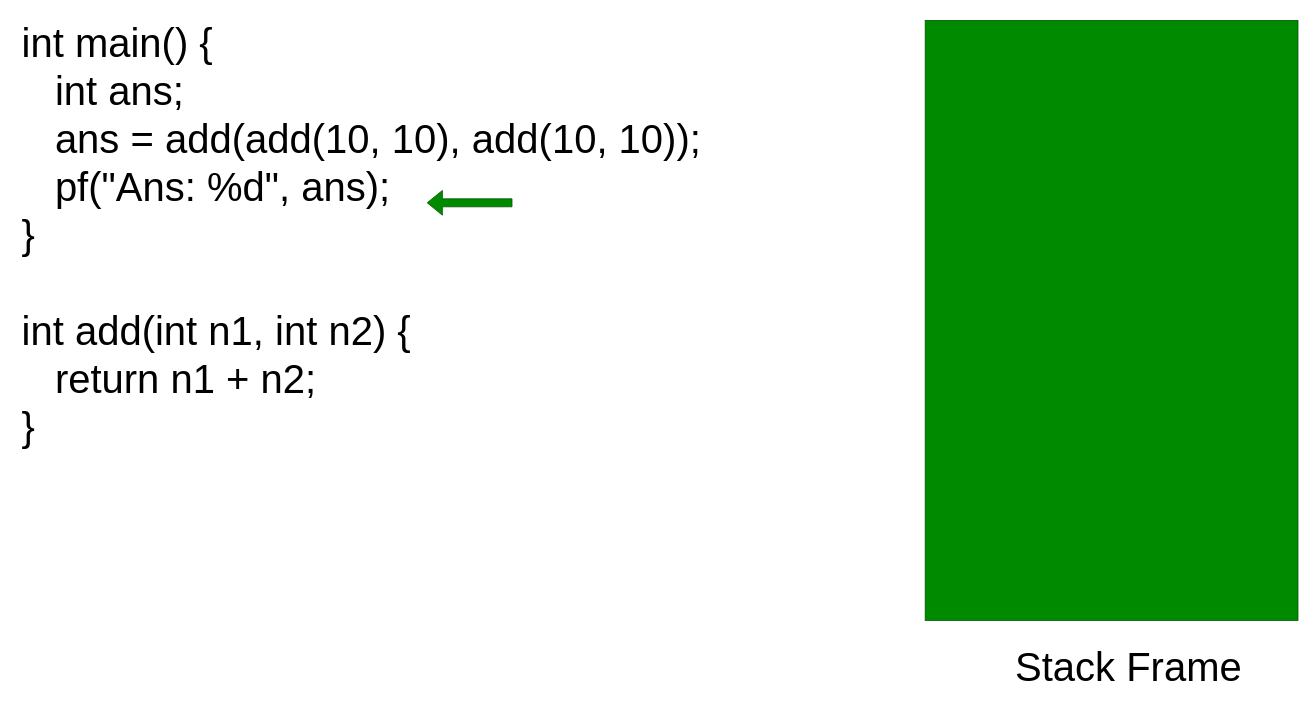
The draw.io diagram .drawio in BALAJI-PRO-001/online-courses, before the edit. Source tidied: cells renumbered, new cells numbered last; positions are measured from the earlier drawing's top-left corner, leaving out a move shared by most shapes. Both pictures are drawn from the tidied source at 80%, with x=0, y=0 at pixel (14, 14).
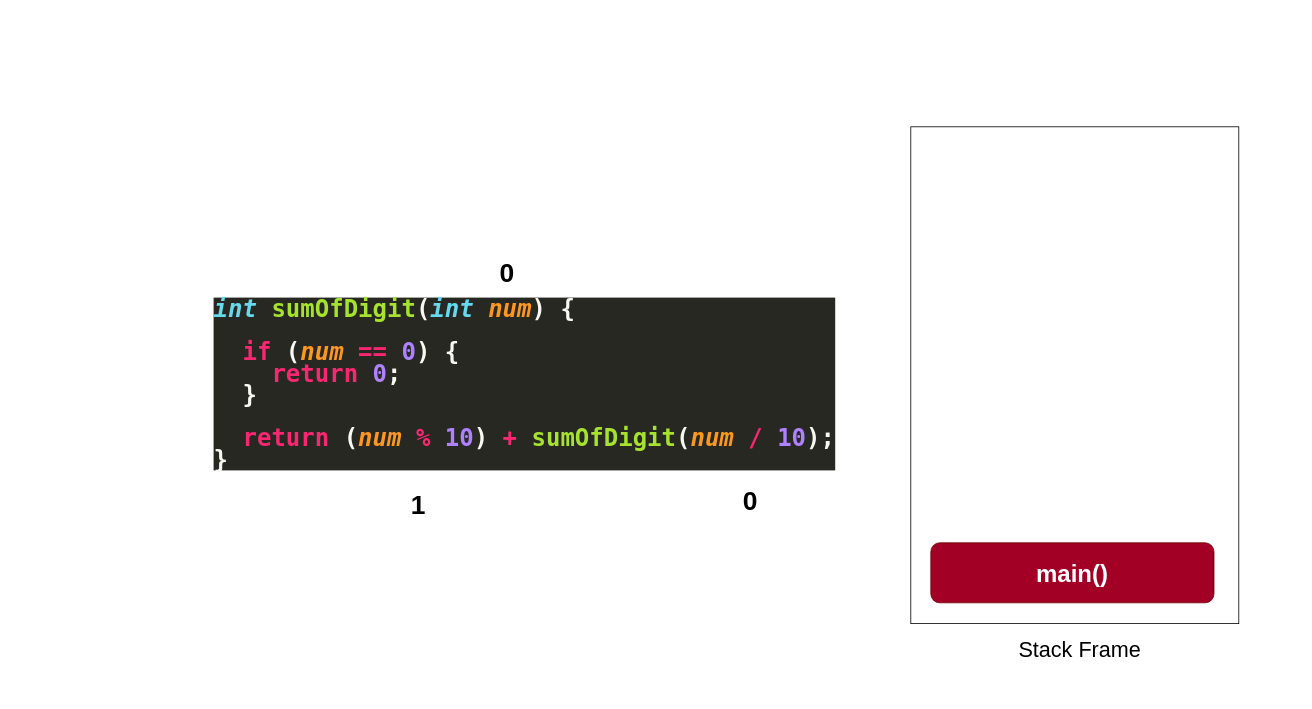
After the change.

What changed in the source:
```diff
@@
 <mxGraphModel>
   <root>
     <mxCell id="0" />
     <mxCell id="1" parent="0" />
-    <mxCell id="2" value="&lt;div style=&quot;text-align: left;&quot;&gt;&lt;span style=&quot;background-color: initial;&quot;&gt;int main() {&lt;/span&gt;&lt;/div&gt;&lt;div style=&quot;text-align: left;&quot;&gt;&lt;span style=&quot;background-color: initial;&quot;&gt;&amp;nbsp; &amp;nbsp;int ans;&lt;/span&gt;&lt;/div&gt;&lt;div style=&quot;text-align: left;&quot;&gt;&lt;span style=&quot;background-color: initial;&quot;&gt;&amp;nbsp; &amp;nbsp;ans = add(add(10, 10), add(10, 10));&lt;/span&gt;&lt;/div&gt;&lt;div style=&quot;text-align: left;&quot;&gt;&amp;nbsp; &amp;nbsp;pf(&quot;Ans: %d&quot;, ans);&lt;/div&gt;&lt;div style=&quot;text-align: left;&quot;&gt;&lt;span style=&quot;background-color: initial;&quot;&gt;}&lt;/span&gt;&lt;/div&gt;&lt;div style=&quot;text-align: left;&quot;&gt;&lt;span style=&quot;background-color: initial;&quot;&gt;&lt;br&gt;&lt;/span&gt;&lt;/div&gt;&lt;div style=&quot;text-align: left;&quot;&gt;int add(int n1, int n2) {&lt;/div&gt;&lt;div style=&quot;text-align: left;&quot;&gt;&amp;nbsp; &amp;nbsp;return n1 + n2;&lt;/div&gt;&lt;div style=&quot;text-align: left;&quot;&gt;}&lt;/div&gt;" style="text;html=1;align=center;verticalAlign=middle;strokeColor=none;fillColor=none;fontSize=50;" parent="1" vertex="1">
-      <mxGeometry width="867" height="552" as="geometry" />
-    </mxCell>
-    <mxCell id="3" style="rounded=0;whiteSpace=wrap;html=1;fontSize=50;fillColor=#008a00;fontColor=#ffffff;strokeColor=#005700;" parent="1" vertex="1">
-      <mxGeometry x="1139" y="8" width="466" height="750" as="geometry" />
-    </mxCell>
+    <mxCell id="6" style="rounded=0;whiteSpace=wrap;html=1;fontSize=25;" parent="1" vertex="1">
+      <mxGeometry x="1121" y="141" width="410" height="621" as="geometry" />
+    </mxCell>
-    <mxCell id="4" value="Stack Frame" style="text;html=1;align=center;verticalAlign=middle;strokeColor=none;fillColor=none;fontSize=50;" parent="1" vertex="1">
-      <mxGeometry x="1242" y="780" width="301" height="72" as="geometry" />
+    <mxCell id="4" value="&lt;font style=&quot;font-size: 27px;&quot;&gt;Stack Frame&lt;/font&gt;" style="text;html=1;strokeColor=none;fillColor=none;align=center;verticalAlign=middle;whiteSpace=wrap;rounded=0;fontSize=25;" parent="1" vertex="1">
+      <mxGeometry x="1242" y="780" width="181" height="30" as="geometry" />
     </mxCell>
-    <mxCell id="5" style="shape=flexArrow;endArrow=classic;html=1;fontSize=50;fillColor=#008a00;strokeColor=#005700;" parent="1" edge="1">
-      <mxGeometry relative="1" as="geometry">
-        <mxPoint x="623" y="236" as="sourcePoint" />
-        <mxPoint x="516" y="236" as="targetPoint" />
-      </mxGeometry>
-    </mxCell>
+    <mxCell id="7" value="&lt;div style=&quot;color: rgb(248, 248, 242); background-color: rgb(39, 40, 34); font-family: &amp;quot;Fira Code&amp;quot;, &amp;quot;Droid Sans Mono&amp;quot;, &amp;quot;monospace&amp;quot;, monospace; font-size: 30px; line-height: 27px;&quot;&gt;&lt;div&gt;&lt;b&gt;&lt;span style=&quot;color: #66d9ef;font-style: italic;&quot;&gt;int&lt;/span&gt; &lt;span style=&quot;color: #a6e22e;&quot;&gt;sumOfDigit&lt;/span&gt;(&lt;span style=&quot;color: #66d9ef;font-style: italic;&quot;&gt;int&lt;/span&gt; &lt;span style=&quot;color: #fd971f;font-style: italic;&quot;&gt;num&lt;/span&gt;) {&lt;/b&gt;&lt;/div&gt;&lt;div&gt;&lt;b&gt;&lt;br&gt;&lt;/b&gt;&lt;/div&gt;&lt;div&gt;&lt;b&gt;&lt;span style=&quot;color: #f92672;&quot;&gt;&amp;nbsp; if&lt;/span&gt; (&lt;span style=&quot;color: #fd971f;font-style: italic;&quot;&gt;num&lt;/span&gt; &lt;span style=&quot;color: #f92672;&quot;&gt;==&lt;/span&gt; &lt;span style=&quot;color: #ae81ff;&quot;&gt;0&lt;/span&gt;) {&lt;/b&gt;&lt;/div&gt;&lt;div&gt;&lt;b&gt;&lt;span style=&quot;color: #f92672;&quot;&gt;&amp;nbsp; &amp;nbsp; return&lt;/span&gt; &lt;span style=&quot;color: #ae81ff;&quot;&gt;0&lt;/span&gt;;&lt;/b&gt;&lt;/div&gt;&lt;div&gt;&lt;b&gt;&amp;nbsp; }&lt;/b&gt;&lt;/div&gt;&lt;div&gt;&lt;b&gt;&lt;br&gt;&lt;/b&gt;&lt;/div&gt;&lt;div&gt;  &lt;b&gt;&lt;span style=&quot;color: #f92672;&quot;&gt;&amp;nbsp; return&lt;/span&gt; (&lt;span style=&quot;color: #fd971f;font-style: italic;&quot;&gt;num&lt;/span&gt; &lt;span style=&quot;color: #f92672;&quot;&gt;%&lt;/span&gt; &lt;span style=&quot;color: #ae81ff;&quot;&gt;10&lt;/span&gt;) &lt;span style=&quot;color: #f92672;&quot;&gt;+&lt;/span&gt; &lt;span style=&quot;color: #a6e22e;&quot;&gt;sumOfDigit&lt;/span&gt;(&lt;span style=&quot;color: #fd971f;font-style: italic;&quot;&gt;num&lt;/span&gt; &lt;span style=&quot;color: #f92672;&quot;&gt;/&lt;/span&gt; &lt;span style=&quot;color: #ae81ff;&quot;&gt;10&lt;/span&gt;);&lt;/b&gt;&lt;/div&gt;&lt;div&gt;&lt;b&gt;}&lt;/b&gt;&lt;/div&gt;&lt;/div&gt;" style="text;html=1;strokeColor=none;fillColor=none;align=left;verticalAlign=middle;whiteSpace=wrap;rounded=0;fontSize=27;" parent="1" vertex="1">
+      <mxGeometry x="248" y="240" width="794" height="444" as="geometry" />
+    </mxCell>
+    <mxCell id="8" value="&lt;b&gt;main()&lt;/b&gt;" style="rounded=1;whiteSpace=wrap;html=1;fontSize=30;fillColor=#a20025;fontColor=#ffffff;strokeColor=#6F0000;" parent="1" vertex="1">
+      <mxGeometry x="1146" y="661" width="354" height="75" as="geometry" />
+    </mxCell>
+    <mxCell id="9" value="&lt;b&gt;&lt;font style=&quot;font-size: 33px;&quot;&gt;1&lt;/font&gt;&lt;/b&gt;" style="text;html=1;align=center;verticalAlign=middle;strokeColor=none;fillColor=none;fontSize=30;" parent="1" vertex="1">
+      <mxGeometry x="487" y="586.5" width="36" height="52" as="geometry" />
+    </mxCell>
+    <mxCell id="10" value="&lt;b&gt;&lt;font style=&quot;font-size: 33px;&quot;&gt;0&lt;/font&gt;&lt;/b&gt;" style="text;html=1;align=center;verticalAlign=middle;strokeColor=none;fillColor=none;fontSize=30;" parent="1" vertex="1">
+      <mxGeometry x="598" y="297" width="36" height="52" as="geometry" />
+    </mxCell>
+    <mxCell id="11" value="&lt;b&gt;&lt;font style=&quot;font-size: 33px;&quot;&gt;0&lt;/font&gt;&lt;/b&gt;" style="text;html=1;align=center;verticalAlign=middle;strokeColor=none;fillColor=none;fontSize=30;" parent="1" vertex="1">
+      <mxGeometry x="902" y="582" width="36" height="52" as="geometry" />
+    </mxCell>
   </root>
 </mxGraphModel>
```
